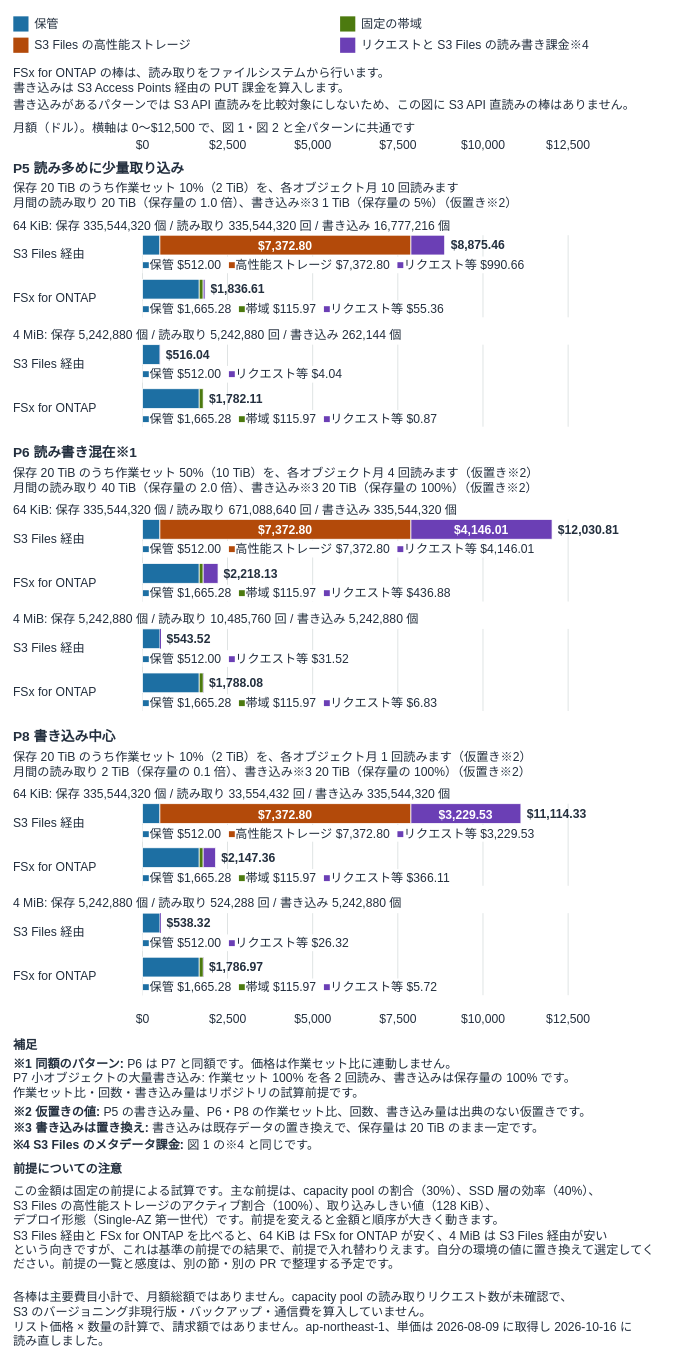
Above: docs/_assets/diagrams/s3burst-s3files-cost-structure-writes.drawio in Yoshiki0705/S3-Burst-on-ONTAP-Files (draw.io), before the change. Source tidied: cells renumbered, new cells numbered last; positions are measured from the earlier drawing's top-left corner, leaving out a move shared by most shapes. Both pictures are drawn from the tidied source at 76%, with x=0, y=0 at pixel (13, 13).
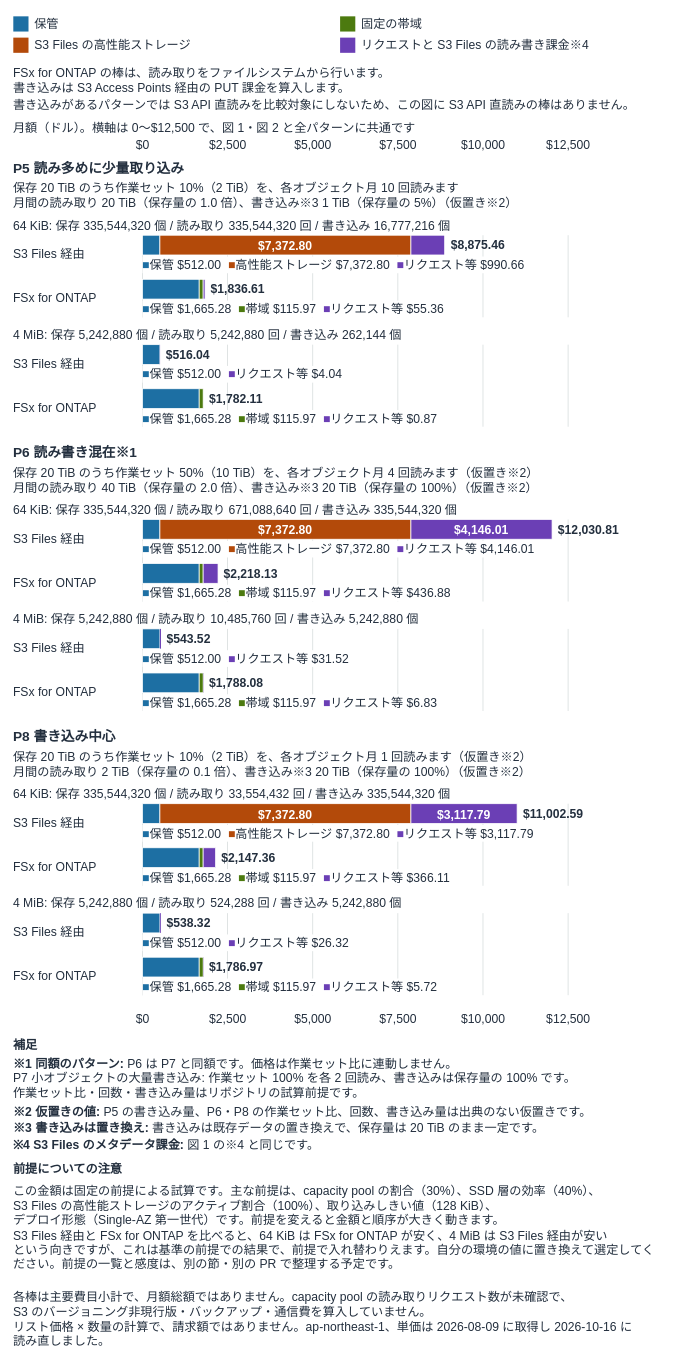
The same diagram, later.

The edit, as a diff of the source:
```diff
@@
-    <mxCell id="115" value="$3,229.53" style="rounded=0;whiteSpace=nowrap;html=0;fillColor=#6B3FB5;strokeColor=#FFFFFF;strokeWidth=1;fontSize=16;fontColor=#FFFFFF;fontStyle=1;align=center;verticalAlign=middle;" parent="1" vertex="1">
-      <mxGeometry x="523.2" y="1040" width="144.7" height="26" as="geometry" />
+    <mxCell id="115" value="$3,117.79" style="rounded=0;whiteSpace=nowrap;html=0;fillColor=#6B3FB5;strokeColor=#FFFFFF;strokeWidth=1;fontSize=16;fontColor=#FFFFFF;fontStyle=1;align=center;verticalAlign=middle;" parent="1" vertex="1">
+      <mxGeometry x="523.2" y="1040" width="139.7" height="26" as="geometry" />
     </mxCell>
-    <mxCell id="116" value="&lt;b&gt;$11,114.33&lt;/b&gt;" style="text;html=1;whiteSpace=nowrap;overflow=visible;align=left;verticalAlign=middle;spacing=0;spacingLeft=0;spacingRight=0;spacingTop=0;spacingBottom=0;fontSize=16;fontColor=#232F3E;fontStyle=1;" parent="1" vertex="1">
-      <mxGeometry x="675.9" y="1040" width="112" height="26" as="geometry" />
+    <mxCell id="116" value="&lt;b&gt;$11,002.59&lt;/b&gt;" style="text;html=1;whiteSpace=nowrap;overflow=visible;align=left;verticalAlign=middle;spacing=0;spacingLeft=0;spacingRight=0;spacingTop=0;spacingBottom=0;fontSize=16;fontColor=#232F3E;fontStyle=1;" parent="1" vertex="1">
+      <mxGeometry x="670.9" y="1040" width="112" height="26" as="geometry" />
     </mxCell>
-    <mxCell id="117" value="&lt;font color='#1D6FA3'&gt;■&lt;/font&gt;保管 $512.00&amp;nbsp;&amp;nbsp;&lt;font color='#B34A0A'&gt;■&lt;/font&gt;高性能ストレージ $7,372.80&amp;nbsp;&amp;nbsp;&lt;font color='#6B3FB5'&gt;■&lt;/font&gt;リクエスト等 $3,229.53" style="text;html=1;whiteSpace=nowrap;overflow=visible;align=left;verticalAlign=middle;spacing=0;spacingLeft=0;spacingRight=0;spacingTop=0;spacingBottom=0;fontSize=16;fontColor=#232F3E;fontStyle=0;fillColor=#FFFFFF;strokeColor=none;" parent="1" vertex="1">
+    <mxCell id="117" value="&lt;font color='#1D6FA3'&gt;■&lt;/font&gt;保管 $512.00&amp;nbsp;&amp;nbsp;&lt;font color='#B34A0A'&gt;■&lt;/font&gt;高性能ストレージ $7,372.80&amp;nbsp;&amp;nbsp;&lt;font color='#6B3FB5'&gt;■&lt;/font&gt;リクエスト等 $3,117.79" style="text;html=1;whiteSpace=nowrap;overflow=visible;align=left;verticalAlign=middle;spacing=0;spacingLeft=0;spacingRight=0;spacingTop=0;spacingBottom=0;fontSize=16;fontColor=#232F3E;fontStyle=0;fillColor=#FFFFFF;strokeColor=none;" parent="1" vertex="1">
       <mxGeometry x="170" y="1068" width="552.3" height="22" as="geometry" />
     </mxCell>
```
